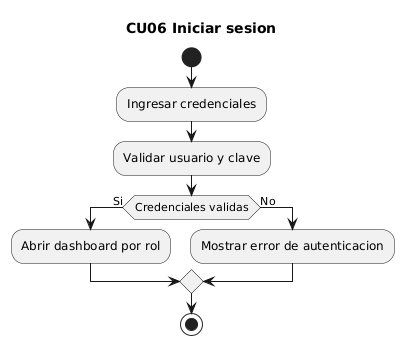
maranavard/SISTEMA-COMPUTACIONAL-PARA-LA-GESTION-Y-CONTROL-DE-ACCESO-DE-AUTOMOVILES-M-DULO-WEB keeps this PlantUML diagram as docs/uml/render/actividades_cu/CU06_actividad_iniciar_sesion.png. Above is the earlier version.
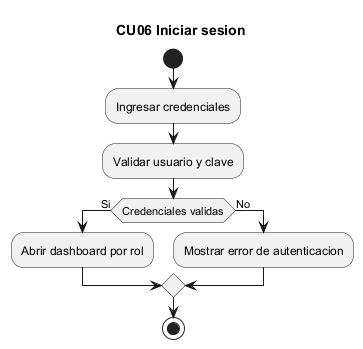
Later version of the same file.

The edit, as a diff of the source:
```diff
@@ -1,4 +1,4 @@
-@startuml
+@startuml CU06_actividad_iniciar_sesion
 title CU06 Iniciar sesion
 start
 :Ingresar credenciales;
```
